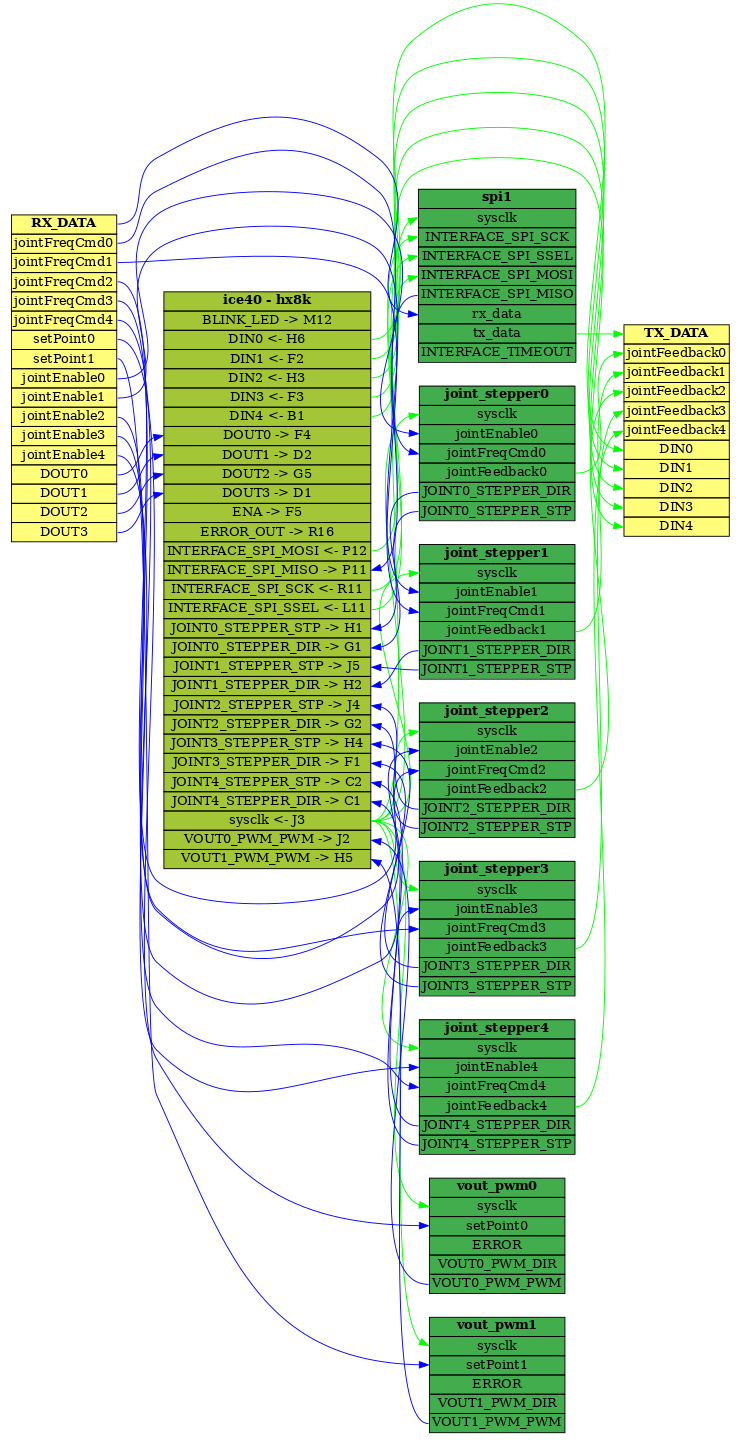
The Graphviz diagram Output/Olimex-ICE40HX8K-EVB_BOB/doc/flowchart.png in multigcs/LinuxCNC-RIO, before a commit. Its source is kept beside it as Output/Olimex-ICE40HX8K-EVB_BOB/doc/flowchart.gv.
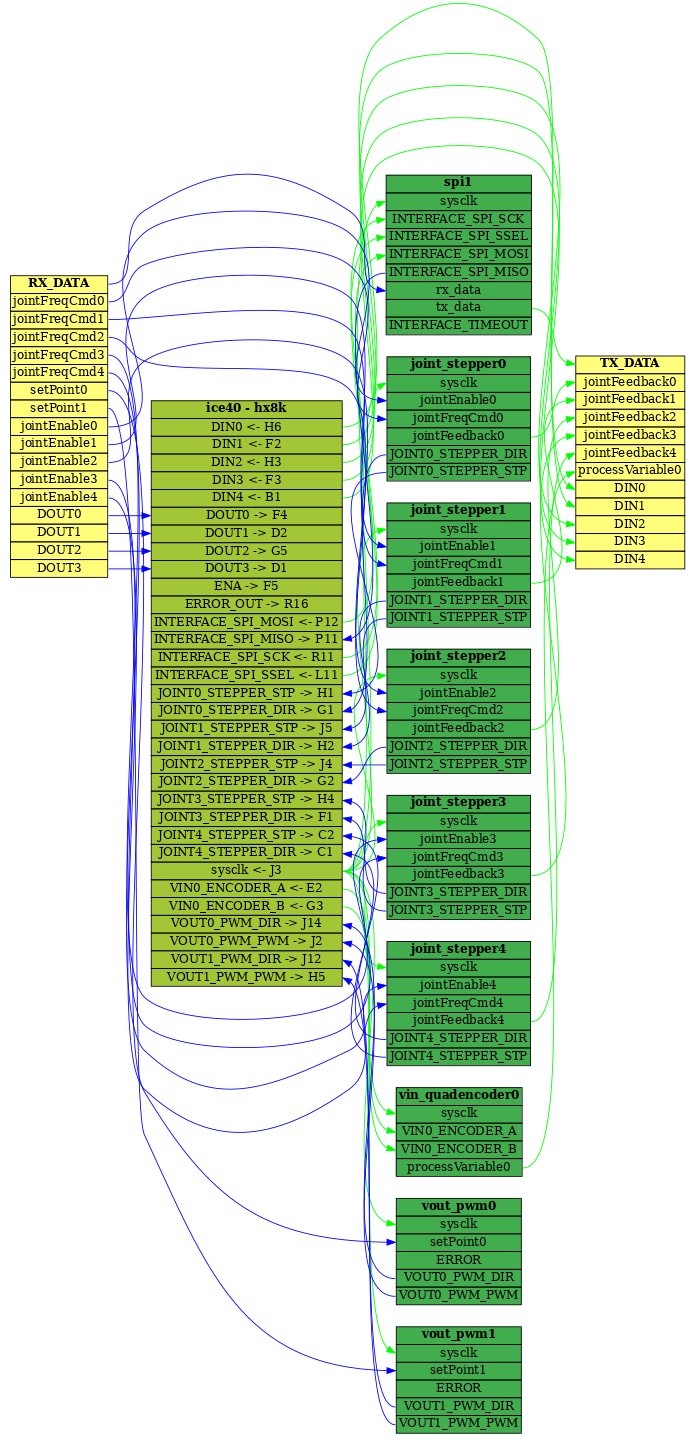
Above is the later version.

Change to the diagram source:
```diff
@@ -1,7 +1,7 @@
 digraph firmware {
 	node [shape=plaintext]
 	rankdir=LR size=15
-	pins [label=<<TABLE bgcolor="#a2c635" BORDER="0" CELLBORDER="1" CELLSPACING="0"><TR><TD><B>ice40 - hx8k</B></TD></TR><TR><TD PORT="BLINK_LED">BLINK_LED -&gt; M12</TD></TR><TR><TD PORT="DIN0">DIN0 &lt;- H6</TD></TR><TR><TD PORT="DIN1">DIN1 &lt;- F2</TD></TR><TR><TD PORT="DIN2">DIN2 &lt;- H3</TD></TR><TR><TD PORT="DIN3">DIN3 &lt;- F3</TD></TR><TR><TD PORT="DIN4">DIN4 &lt;- B1</TD></TR><TR><TD PORT="DOUT0">DOUT0 -&gt; F4</TD></TR><TR><TD PORT="DOUT1">DOUT1 -&gt; D2</TD></TR><TR><TD PORT="DOUT2">DOUT2 -&gt; G5</TD></TR><TR><TD PORT="DOUT3">DOUT3 -&gt; D1</TD></TR><TR><TD PORT="ENA">ENA -&gt; F5</TD></TR><TR><TD PORT="ERROR_OUT">ERROR_OUT -&gt; R16</TD></TR><TR><TD PORT="INTERFACE_SPI_MOSI">INTERFACE_SPI_MOSI &lt;- P12</TD></TR><TR><TD PORT="INTERFACE_SPI_MISO">INTERFACE_SPI_MISO -&gt; P11</TD></TR><TR><TD PORT="INTERFACE_SPI_SCK">INTERFACE_SPI_SCK &lt;- R11</TD></TR><TR><TD PORT="INTERFACE_SPI_SSEL">INTERFACE_SPI_SSEL &lt;- L11</TD></TR><TR><TD PORT="JOINT0_STEPPER_STP">JOINT0_STEPPER_STP -&gt; H1</TD></TR><TR><TD PORT="JOINT0_STEPPER_DIR">JOINT0_STEPPER_DIR -&gt; G1</TD></TR><TR><TD PORT="JOINT1_STEPPER_STP">JOINT1_STEPPER_STP -&gt; J5</TD></TR><TR><TD PORT="JOINT1_STEPPER_DIR">JOINT1_STEPPER_DIR -&gt; H2</TD></TR><TR><TD PORT="JOINT2_STEPPER_STP">JOINT2_STEPPER_STP -&gt; J4</TD></TR><TR><TD PORT="JOINT2_STEPPER_DIR">JOINT2_STEPPER_DIR -&gt; G2</TD></TR><TR><TD PORT="JOINT3_STEPPER_STP">JOINT3_STEPPER_STP -&gt; H4</TD></TR><TR><TD PORT="JOINT3_STEPPER_DIR">JOINT3_STEPPER_DIR -&gt; F1</TD></TR><TR><TD PORT="JOINT4_STEPPER_STP">JOINT4_STEPPER_STP -&gt; C2</TD></TR><TR><TD PORT="JOINT4_STEPPER_DIR">JOINT4_STEPPER_DIR -&gt; C1</TD></TR><TR><TD PORT="sysclk">sysclk &lt;- J3</TD></TR><TR><TD PORT="VOUT0_PWM_PWM">VOUT0_PWM_PWM -&gt; J2</TD></TR><TR><TD PORT="VOUT1_PWM_PWM">VOUT1_PWM_PWM -&gt; H5</TD></TR></TABLE>>]
+	pins [label=<<TABLE bgcolor="#a2c635" BORDER="0" CELLBORDER="1" CELLSPACING="0"><TR><TD><B>ice40 - hx8k</B></TD></TR><TR><TD PORT="DIN0">DIN0 &lt;- H6</TD></TR><TR><TD PORT="DIN1">DIN1 &lt;- F2</TD></TR><TR><TD PORT="DIN2">DIN2 &lt;- H3</TD></TR><TR><TD PORT="DIN3">DIN3 &lt;- F3</TD></TR><TR><TD PORT="DIN4">DIN4 &lt;- B1</TD></TR><TR><TD PORT="DOUT0">DOUT0 -&gt; F4</TD></TR><TR><TD PORT="DOUT1">DOUT1 -&gt; D2</TD></TR><TR><TD PORT="DOUT2">DOUT2 -&gt; G5</TD></TR><TR><TD PORT="DOUT3">DOUT3 -&gt; D1</TD></TR><TR><TD PORT="ENA">ENA -&gt; F5</TD></TR><TR><TD PORT="ERROR_OUT">ERROR_OUT -&gt; R16</TD></TR><TR><TD PORT="INTERFACE_SPI_MOSI">INTERFACE_SPI_MOSI &lt;- P12</TD></TR><TR><TD PORT="INTERFACE_SPI_MISO">INTERFACE_SPI_MISO -&gt; P11</TD></TR><TR><TD PORT="INTERFACE_SPI_SCK">INTERFACE_SPI_SCK &lt;- R11</TD></TR><TR><TD PORT="INTERFACE_SPI_SSEL">INTERFACE_SPI_SSEL &lt;- L11</TD></TR><TR><TD PORT="JOINT0_STEPPER_STP">JOINT0_STEPPER_STP -&gt; H1</TD></TR><TR><TD PORT="JOINT0_STEPPER_DIR">JOINT0_STEPPER_DIR -&gt; G1</TD></TR><TR><TD PORT="JOINT1_STEPPER_STP">JOINT1_STEPPER_STP -&gt; J5</TD></TR><TR><TD PORT="JOINT1_STEPPER_DIR">JOINT1_STEPPER_DIR -&gt; H2</TD></TR><TR><TD PORT="JOINT2_STEPPER_STP">JOINT2_STEPPER_STP -&gt; J4</TD></TR><TR><TD PORT="JOINT2_STEPPER_DIR">JOINT2_STEPPER_DIR -&gt; G2</TD></TR><TR><TD PORT="JOINT3_STEPPER_STP">JOINT3_STEPPER_STP -&gt; H4</TD></TR><TR><TD PORT="JOINT3_STEPPER_DIR">JOINT3_STEPPER_DIR -&gt; F1</TD></TR><TR><TD PORT="JOINT4_STEPPER_STP">JOINT4_STEPPER_STP -&gt; C2</TD></TR><TR><TD PORT="JOINT4_STEPPER_DIR">JOINT4_STEPPER_DIR -&gt; C1</TD></TR><TR><TD PORT="sysclk">sysclk &lt;- J3</TD></TR><TR><TD PORT="VIN0_ENCODER_A">VIN0_ENCODER_A &lt;- E2</TD></TR><TR><TD PORT="VIN0_ENCODER_B">VIN0_ENCODER_B &lt;- G3</TD></TR><TR><TD PORT="VOUT0_PWM_DIR">VOUT0_PWM_DIR -&gt; J14</TD></TR><TR><TD PORT="VOUT0_PWM_PWM">VOUT0_PWM_PWM -&gt; J2</TD></TR><TR><TD PORT="VOUT1_PWM_DIR">VOUT1_PWM_DIR -&gt; J12</TD></TR><TR><TD PORT="VOUT1_PWM_PWM">VOUT1_PWM_PWM -&gt; H5</TD></TR></TABLE>>]
 	rx_data:DOUT0 -> pins:DOUT0 [color=blue]
 	rx_data:DOUT1 -> pins:DOUT1 [color=blue]
 	rx_data:DOUT2 -> pins:DOUT2 [color=blue]
@@ -12,7 +12,16 @@
 	pins:DIN2 -> tx_data:DIN2 [color=green]
 	pins:DIN3 -> tx_data:DIN3 [color=green]
 	pins:DIN4 -> tx_data:DIN4 [color=green]
-	tx_data [label=<<TABLE bgcolor="#fffd7a" BORDER="0" CELLBORDER="1" CELLSPACING="0"><TR><TD PORT="tx_data"><B>TX_DATA</B></TD></TR><TR><TD PORT="jointFeedback0">jointFeedback0</TD></TR><TR><TD PORT="jointFeedback1">jointFeedback1</TD></TR><TR><TD PORT="jointFeedback2">jointFeedback2</TD></TR><TR><TD PORT="jointFeedback3">jointFeedback3</TD></TR><TR><TD PORT="jointFeedback4">jointFeedback4</TD></TR><TR><TD PORT="DIN0">DIN0</TD></TR><TR><TD PORT="DIN1">DIN1</TD></TR><TR><TD PORT="DIN2">DIN2</TD></TR><TR><TD PORT="DIN3">DIN3</TD></TR><TR><TD PORT="DIN4">DIN4</TD></TR></TABLE>>]
+	tx_data [label=<<TABLE bgcolor="#fffd7a" BORDER="0" CELLBORDER="1" CELLSPACING="0"><TR><TD PORT="tx_data"><B>TX_DATA</B></TD></TR><TR><TD PORT="jointFeedback0">jointFeedback0</TD></TR><TR><TD PORT="jointFeedback1">jointFeedback1</TD></TR><TR><TD PORT="jointFeedback2">jointFeedback2</TD></TR><TR><TD PORT="jointFeedback3">jointFeedback3</TD></TR><TR><TD PORT="jointFeedback4">jointFeedback4</TD></TR><TR><TD PORT="processVariable0">processVariable0</TD></TR><TR><TD PORT="DIN0">DIN0</TD></TR><TR><TD PORT="DIN1">DIN1</TD></TR><TR><TD PORT="DIN2">DIN2</TD></TR><TR><TD PORT="DIN3">DIN3</TD></TR><TR><TD PORT="DIN4">DIN4</TD></TR></TABLE>>]
+	pins:sysclk -> vin_quadencoder0:sysclk [color=green]
+	vin_quadencoder0 [label=vin_quadencoder0]
+	pins:VIN0_ENCODER_A -> vin_quadencoder0:VIN0_ENCODER_A [color=green]
+	vin_quadencoder0 [label=vin_quadencoder0]
+	pins:VIN0_ENCODER_B -> vin_quadencoder0:VIN0_ENCODER_B [color=green]
+	vin_quadencoder0 [label=vin_quadencoder0]
+	vin_quadencoder0:processVariable0 -> tx_data:processVariable0 [color=green]
+	vin_quadencoder0 [label=vin_quadencoder0]
+	vin_quadencoder0 [label=<<TABLE bgcolor="#41ad4c" BORDER="0" CELLBORDER="1" CELLSPACING="0"><TR><TD><B>vin_quadencoder0</B></TD></TR><TR><TD PORT="sysclk">sysclk</TD></TR><TR><TD PORT="VIN0_ENCODER_A">VIN0_ENCODER_A</TD></TR><TR><TD PORT="VIN0_ENCODER_B">VIN0_ENCODER_B</TD></TR><TR><TD PORT="processVariable0">processVariable0</TD></TR></TABLE>>]
 	pins:sysclk -> spi1:sysclk [color=green]
 	spi1 [label=spi1]
 	pins:INTERFACE_SPI_SCK -> spi1:INTERFACE_SPI_SCK [color=green]
@@ -34,6 +43,7 @@
 	rx_data:setPoint0 -> vout_pwm0:setPoint0 [color=blue]
 	vout_pwm0 [label=vout_pwm0]
 	vout_pwm0 [label=vout_pwm0]
+	vout_pwm0:VOUT0_PWM_DIR -> pins:VOUT0_PWM_DIR [color=blue]
 	vout_pwm0 [label=vout_pwm0]
 	vout_pwm0:VOUT0_PWM_PWM -> pins:VOUT0_PWM_PWM [color=blue]
 	vout_pwm0 [label=vout_pwm0]
@@ -42,6 +52,7 @@
 	rx_data:setPoint1 -> vout_pwm1:setPoint1 [color=blue]
 	vout_pwm1 [label=vout_pwm1]
 	vout_pwm1 [label=vout_pwm1]
+	vout_pwm1:VOUT1_PWM_DIR -> pins:VOUT1_PWM_DIR [color=blue]
 	vout_pwm1 [label=vout_pwm1]
 	vout_pwm1:VOUT1_PWM_PWM -> pins:VOUT1_PWM_PWM [color=blue]
 	vout_pwm1 [label=vout_pwm1]
```
